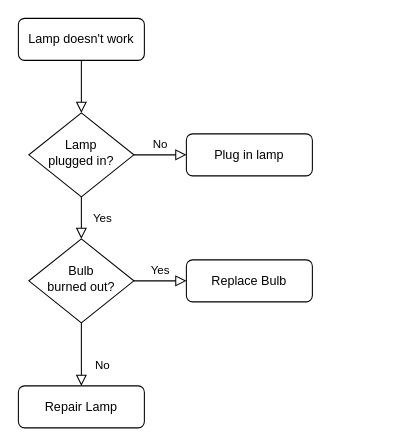
Earlier version of the draw.io diagram 数据授权.drawio (sidonghua/wuziqi). Source tidied: cells renumbered, new cells numbered last; positions are measured from the earlier drawing's top-left corner, leaving out a move shared by most shapes. Both pictures are drawn from the tidied source at 105%, with x=0, y=0 at pixel (18, 18).
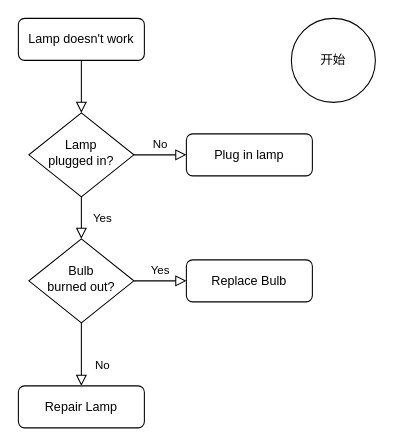
Above is the later version.

Change to the diagram source:
```diff
@@
 <mxGraphModel>
   <root>
     <mxCell id="0" />
     <mxCell id="1" parent="0" />
     <mxCell id="2" style="rounded=0;html=1;jettySize=auto;fontSize=11;endArrow=block;endFill=0;endSize=8;strokeWidth=1;shadow=0;labelBackgroundColor=none;edgeStyle=orthogonalEdgeStyle;" parent="1" edge="1" source="3" target="6">
       <mxGeometry relative="1" as="geometry" />
     </mxCell>
     <mxCell id="3" value="Lamp doesn't work" style="rounded=1;whiteSpace=wrap;html=1;fontSize=12;glass=0;strokeWidth=1;shadow=0;" parent="1" vertex="1">
       <mxGeometry width="120" height="40" as="geometry" />
     </mxCell>
     <mxCell id="4" value="Yes" style="rounded=0;html=1;jettySize=auto;fontSize=11;endArrow=block;endFill=0;endSize=8;strokeWidth=1;shadow=0;labelBackgroundColor=none;edgeStyle=orthogonalEdgeStyle;" parent="1" edge="1" source="6" target="10">
       <mxGeometry y="20" relative="1" as="geometry" />
     </mxCell>
     <mxCell id="5" value="No" style="edgeStyle=orthogonalEdgeStyle;rounded=0;html=1;jettySize=auto;fontSize=11;endArrow=block;endFill=0;endSize=8;strokeWidth=1;shadow=0;labelBackgroundColor=none;" parent="1" edge="1" source="6" target="7">
       <mxGeometry y="10" relative="1" as="geometry" />
     </mxCell>
     <mxCell id="6" value="Lamp&lt;br&gt;plugged in?" style="rhombus;whiteSpace=wrap;html=1;shadow=0;fontFamily=Helvetica;fontSize=12;align=center;strokeWidth=1;spacing=6;spacingTop=-4;" parent="1" vertex="1">
       <mxGeometry x="10" y="90" width="100" height="80" as="geometry" />
     </mxCell>
     <mxCell id="7" value="Plug in lamp" style="rounded=1;whiteSpace=wrap;html=1;fontSize=12;glass=0;strokeWidth=1;shadow=0;" parent="1" vertex="1">
       <mxGeometry x="160" y="110" width="120" height="40" as="geometry" />
     </mxCell>
     <mxCell id="8" value="No" style="rounded=0;html=1;jettySize=auto;fontSize=11;endArrow=block;endFill=0;endSize=8;strokeWidth=1;shadow=0;labelBackgroundColor=none;edgeStyle=orthogonalEdgeStyle;" parent="1" edge="1" source="10" target="11">
       <mxGeometry x="0.33" y="20" relative="1" as="geometry" />
     </mxCell>
     <mxCell id="9" value="Yes" style="edgeStyle=orthogonalEdgeStyle;rounded=0;html=1;jettySize=auto;fontSize=11;endArrow=block;endFill=0;endSize=8;strokeWidth=1;shadow=0;labelBackgroundColor=none;" parent="1" edge="1" source="10" target="12">
       <mxGeometry y="10" relative="1" as="geometry" />
     </mxCell>
     <mxCell id="10" value="Bulb&lt;br&gt;burned out?" style="rhombus;whiteSpace=wrap;html=1;shadow=0;fontFamily=Helvetica;fontSize=12;align=center;strokeWidth=1;spacing=6;spacingTop=-4;" parent="1" vertex="1">
       <mxGeometry x="10" y="210" width="100" height="80" as="geometry" />
     </mxCell>
     <mxCell id="11" value="Repair Lamp" style="rounded=1;whiteSpace=wrap;html=1;fontSize=12;glass=0;strokeWidth=1;shadow=0;" parent="1" vertex="1">
       <mxGeometry y="350" width="120" height="40" as="geometry" />
     </mxCell>
     <mxCell id="12" value="Replace Bulb" style="rounded=1;whiteSpace=wrap;html=1;fontSize=12;glass=0;strokeWidth=1;shadow=0;" parent="1" vertex="1">
       <mxGeometry x="160" y="230" width="120" height="40" as="geometry" />
     </mxCell>
+    <mxCell id="13" value="开始" style="ellipse;whiteSpace=wrap;html=1;" parent="1" vertex="1">
+      <mxGeometry x="260" width="80" height="80" as="geometry" />
+    </mxCell>
   </root>
 </mxGraphModel>
```
